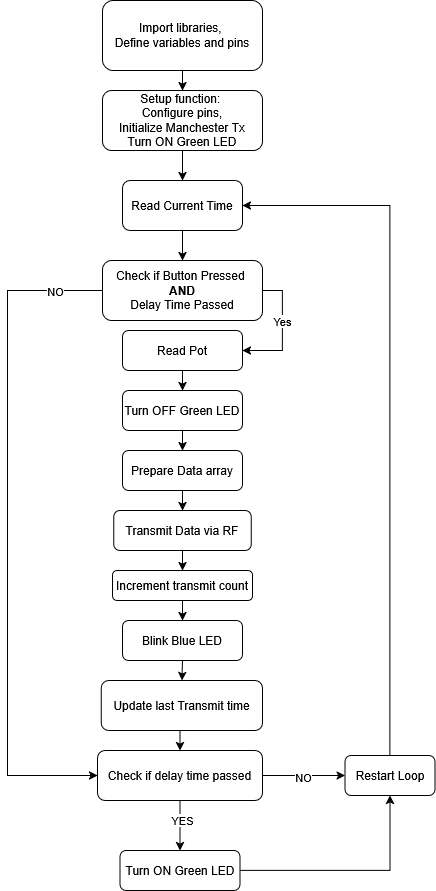
Earlier version of the draw.io export TransmitterFlowChart.drawio.png (Thomas1B/Digital_Communication_Final_Project). Source tidied: cells renumbered, new cells last; positions are measured from the earlier drawing's top-left corner, leaving out a move shared by most shapes.
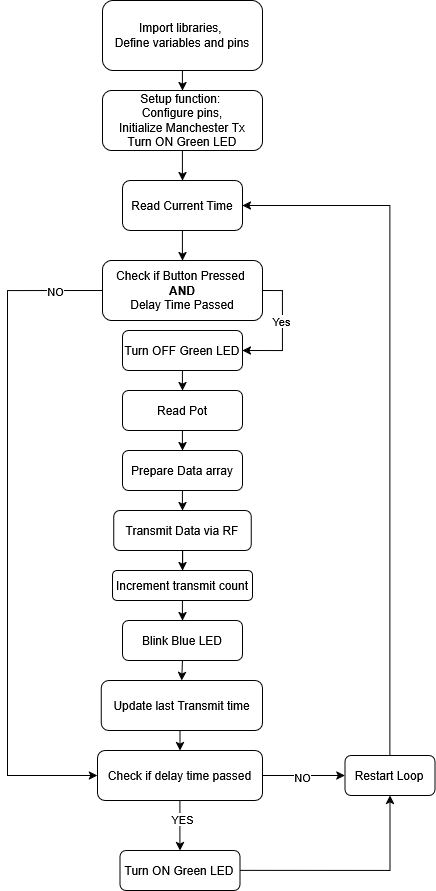
Later version of the same file.

Change to the diagram source:
```diff
@@ -1,6 +1,7 @@
 <mxGraphModel>
   <root>
     <mxCell id="0" />
+    <mxCell id="37" parent="0" />
     <mxCell id="1" value="top" parent="0" />
     <mxCell id="2" style="edgeStyle=orthogonalEdgeStyle;rounded=0;jettySize=auto;html=1;exitX=0.5;exitY=1;exitDx=0;exitDy=0;entryX=0.5;entryY=0;entryDx=0;entryDy=0;" parent="1" edge="1" source="3" target="7">
       <mxGeometry relative="1" as="geometry" />
@@ -28,30 +29,30 @@
         </Array>
       </mxGeometry>
     </mxCell>
-    <mxCell id="9" value="NO" style="edgeLabel;html=1;align=center;verticalAlign=middle;" parent="8" vertex="1">
-      <mxGeometry x="-0.86" relative="1" as="geometry" />
-    </mxCell>
-    <mxCell id="10" style="edgeStyle=orthogonalEdgeStyle;rounded=0;jettySize=auto;html=1;exitX=1;exitY=0.5;exitDx=0;exitDy=0;entryX=1;entryY=0.5;entryDx=0;entryDy=0;" parent="1" edge="1" source="12" target="14">
-      <mxGeometry relative="1" as="geometry" />
-    </mxCell>
+    <mxCell id="38" value="NO" style="edgeLabel;html=1;align=center;verticalAlign=middle;" parent="8" vertex="1">
+      <mxGeometry x="-0.86" relative="1" as="geometry" />
+    </mxCell>
+    <mxCell id="39" style="edgeStyle=orthogonalEdgeStyle;rounded=0;jettySize=auto;html=1;exitX=1;exitY=0.5;exitDx=0;exitDy=0;entryX=1;entryY=0.5;entryDx=0;entryDy=0;" parent="1" edge="1" source="12" target="16">
+      <mxGeometry relative="1" as="geometry" />
+    </mxCell>
-    <mxCell id="11" value="Yes" style="edgeLabel;html=1;align=center;verticalAlign=middle;" parent="10" vertex="1">
+    <mxCell id="11" value="Yes" style="edgeLabel;html=1;align=center;verticalAlign=middle;" parent="39" vertex="1">
       <mxGeometry x="-0.16" y="-1" relative="1" as="geometry" />
     </mxCell>
     <mxCell id="12" value="&lt;div&gt;Check if Button Pressed&amp;nbsp;&lt;b&gt;&lt;br&gt;&lt;/b&gt;&lt;/div&gt;&lt;div&gt;&lt;b&gt;AND&lt;/b&gt;&lt;/div&gt;&lt;div&gt;Delay Time Passed&lt;/div&gt;" style="rounded=1;whiteSpace=wrap;html=1;" parent="1" vertex="1">
       <mxGeometry x="95" y="260" width="160" height="60" as="geometry" />
     </mxCell>
-    <mxCell id="13" style="edgeStyle=orthogonalEdgeStyle;rounded=0;jettySize=auto;html=1;exitX=0.5;exitY=1;exitDx=0;exitDy=0;entryX=0.5;entryY=0;entryDx=0;entryDy=0;" parent="1" edge="1" source="14" target="16">
-      <mxGeometry relative="1" as="geometry" />
-    </mxCell>
+    <mxCell id="40" style="edgeStyle=orthogonalEdgeStyle;rounded=0;jettySize=auto;html=1;exitX=0.5;exitY=1;exitDx=0;exitDy=0;entryX=0.5;entryY=0;entryDx=0;entryDy=0;" parent="1" edge="1" source="16" target="14">
+      <mxGeometry relative="1" as="geometry" />
+    </mxCell>
+    <mxCell id="16" value="Turn OFF Green LED" style="rounded=1;whiteSpace=wrap;html=1;" parent="1" vertex="1">
+      <mxGeometry x="115" y="330" width="120" height="40" as="geometry" />
+    </mxCell>
+    <mxCell id="41" style="edgeStyle=orthogonalEdgeStyle;rounded=0;jettySize=auto;html=1;exitX=0.5;exitY=1;exitDx=0;exitDy=0;entryX=0.5;entryY=0;entryDx=0;entryDy=0;" parent="1" edge="1" source="14" target="18">
+      <mxGeometry relative="1" as="geometry" />
+    </mxCell>
-    <mxCell id="14" value="&lt;div&gt;Read Pot&lt;/div&gt;" style="rounded=1;whiteSpace=wrap;html=1;" parent="1" vertex="1">
-      <mxGeometry x="115" y="330" width="120" height="40" as="geometry" />
+    <mxCell id="14" value="Read Pot" style="rounded=1;whiteSpace=wrap;html=1;" parent="1" vertex="1">
+      <mxGeometry x="115" y="390" width="120" height="40" as="geometry" />
     </mxCell>
-    <mxCell id="15" style="edgeStyle=orthogonalEdgeStyle;rounded=0;jettySize=auto;html=1;exitX=0.5;exitY=1;exitDx=0;exitDy=0;entryX=0.5;entryY=0;entryDx=0;entryDy=0;" parent="1" edge="1" source="16" target="18">
-      <mxGeometry relative="1" as="geometry" />
-    </mxCell>
-    <mxCell id="16" value="Turn OFF Green LED" style="rounded=1;whiteSpace=wrap;html=1;" parent="1" vertex="1">
-      <mxGeometry x="115" y="390" width="120" height="40" as="geometry" />
-    </mxCell>
     <mxCell id="17" style="edgeStyle=orthogonalEdgeStyle;rounded=0;jettySize=auto;html=1;exitX=0.5;exitY=1;exitDx=0;exitDy=0;entryX=0.5;entryY=0;entryDx=0;entryDy=0;" parent="1" edge="1" source="18" target="20">
       <mxGeometry relative="1" as="geometry" />
     </mxCell>
@@ -62,7 +63,7 @@
       <mxGeometry relative="1" as="geometry" />
     </mxCell>
     <mxCell id="20" value="&lt;div&gt;Transmit Data via RF&lt;/div&gt;" style="rounded=1;whiteSpace=wrap;html=1;" parent="1" vertex="1">
-      <mxGeometry x="106.2" y="510" width="137.5" height="40" as="geometry" />
+      <mxGeometry x="106.3" y="510" width="137.5" height="40" as="geometry" />
     </mxCell>
     <mxCell id="21" style="edgeStyle=orthogonalEdgeStyle;rounded=0;jettySize=auto;html=1;exitX=0.5;exitY=1;exitDx=0;exitDy=0;entryX=0.5;entryY=0;entryDx=0;entryDy=0;" parent="1" edge="1" source="22" target="24">
       <mxGeometry relative="1" as="geometry" />
@@ -85,9 +86,9 @@
     <mxCell id="27" style="edgeStyle=orthogonalEdgeStyle;rounded=0;jettySize=auto;html=1;exitX=1;exitY=0.5;exitDx=0;exitDy=0;entryX=0;entryY=0.5;entryDx=0;entryDy=0;" parent="1" edge="1" source="29" target="33">
       <mxGeometry relative="1" as="geometry" />
     </mxCell>
-    <mxCell id="28" value="NO" style="edgeLabel;html=1;align=center;verticalAlign=middle;" parent="27" vertex="1">
-      <mxGeometry x="-0.04" y="-1" relative="1" as="geometry" />
-    </mxCell>
+    <mxCell id="42" value="NO" style="edgeLabel;html=1;align=center;verticalAlign=middle;" parent="27" vertex="1">
+      <mxGeometry x="-0.04" y="-1" relative="1" as="geometry" />
+    </mxCell>
     <mxCell id="29" value="Check if delay time passed" style="rounded=1;whiteSpace=wrap;html=1;" parent="1" vertex="1">
       <mxGeometry x="90" y="750" width="165" height="50" as="geometry" />
     </mxCell>
```
